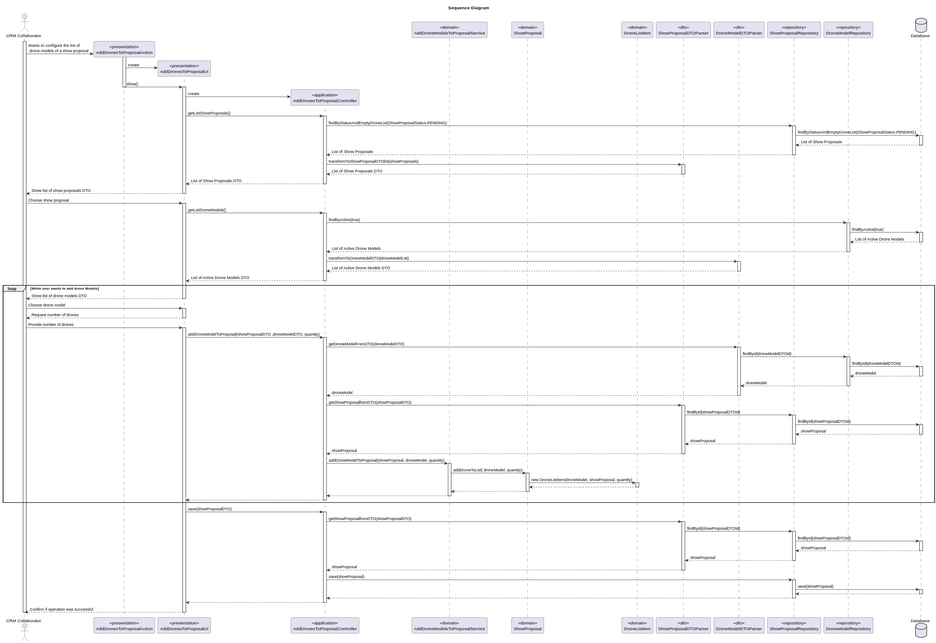
Before: docs/Sprint3/us_311/images/sequence-diagram-US311.svg, a diagram exported from PlantUML (rubenFreitas1/ISEP-LAPR4-2024-2025).
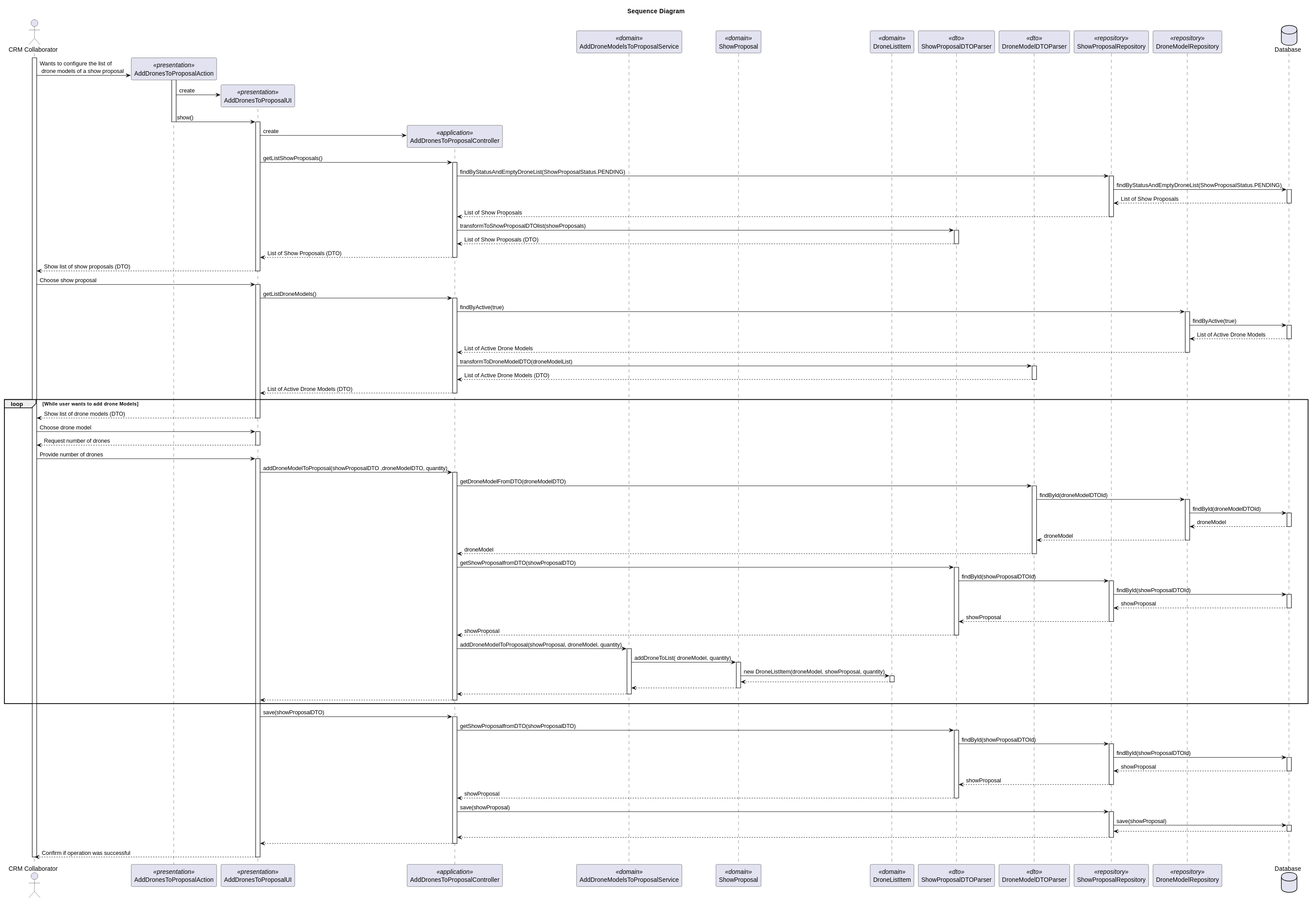
After the commit.

What changed in the source:
```diff
@@ -46,13 +46,13 @@
         Controller -> ShowProposalDTOParser: transformToShowProposalDTOlist(showProposals)
         activate ShowProposalDTOParser
 
-        ShowProposalDTOParser --> Controller: List of Show Proposals DTO
+        ShowProposalDTOParser --> Controller: List of Show Proposals (DTO)
         deactivate ShowProposalDTOParser
 
-        Controller --> UI: List of Show Proposals DTO
+        Controller --> UI: List of Show Proposals (DTO)
     deactivate Controller
 
-UI --> Actor: Show list of show proposals DTO
+UI --> Actor: Show list of show proposals (DTO)
 deactivate UI
 
 Actor -> UI: Choose show proposal
@@ -80,16 +80,16 @@
             Controller -> DroneModelDTOParser: transformToDroneModelDTO(droneModelList)
             activate DroneModelDTOParser
 
-            DroneModelDTOParser --> Controller: List of Active Drone Models DTO
+            DroneModelDTOParser --> Controller: List of Active Drone Models (DTO)
             deactivate DroneModelDTOParser
 
 
-        Controller --> UI: List of Active Drone Models DTO
+        Controller --> UI: List of Active Drone Models (DTO)
         deactivate Controller
 
     loop While user wants to add drone Models
 
-    UI --> Actor: Show list of drone models DTO
+    UI --> Actor: Show list of drone models (DTO)
     deactivate UI
 
     Actor -> UI: Choose drone model
```
